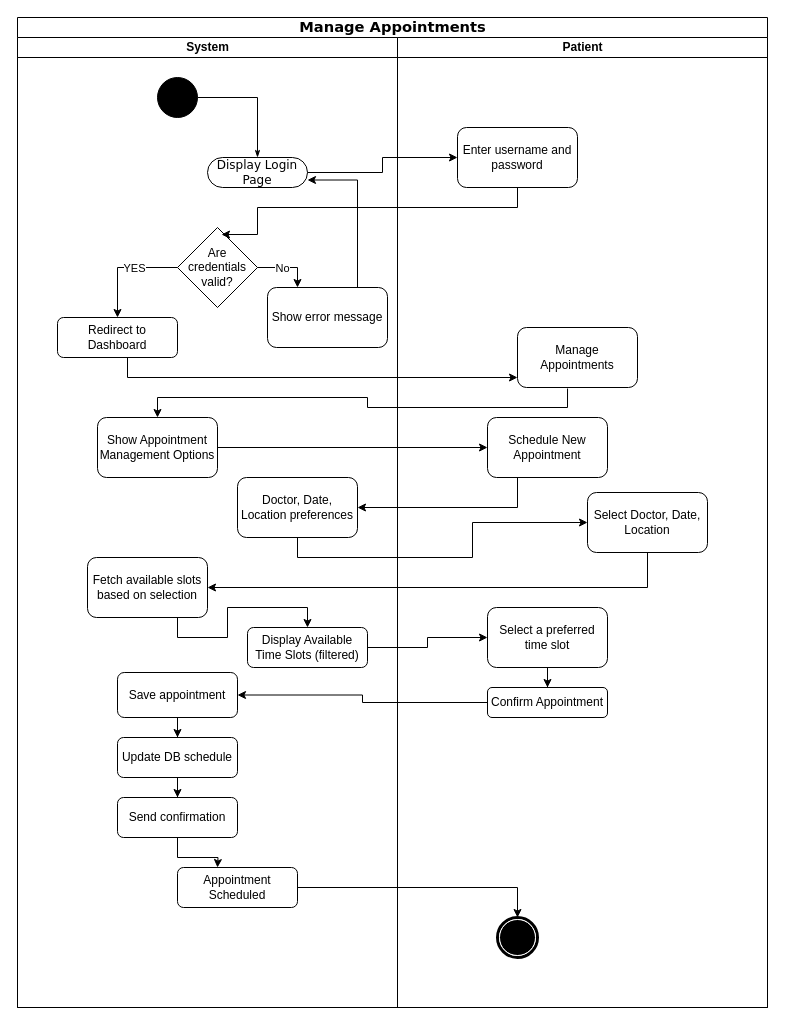
ElisonaDoku-ENG/chess keeps this draw.io diagram as Untitled Diagram.drawio. Above is the earlier version. Source tidied: cells renumbered, new cells numbered last; positions are measured from the earlier drawing's top-left corner, leaving out a move shared by most shapes. Both pictures are drawn from the tidied source at 100%, with x=0, y=0 at pixel (17, 17).
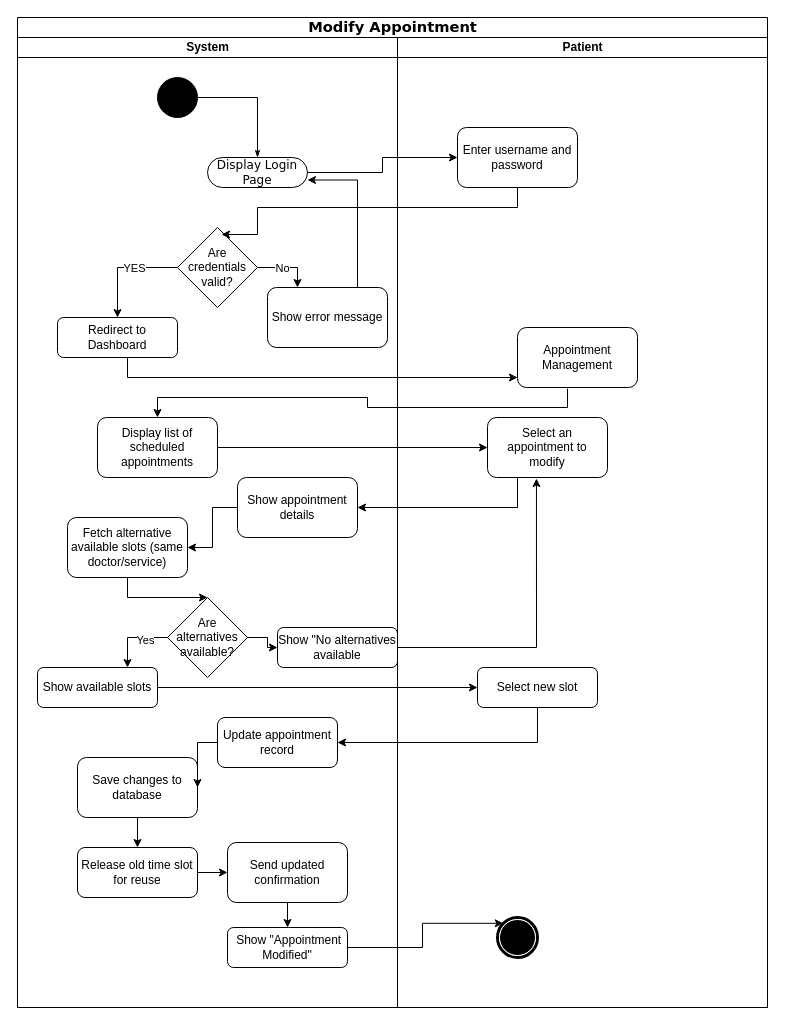
Above is the later version.

The change refers to these unchanged cells:
```xml
<mxCell id="3" value="System" style="swimlane;html=1;startSize=20;" parent="2" vertex="1">
  <mxGeometry y="20" width="380" height="970" as="geometry" />
</mxCell>
<mxCell id="22" value="Patient" style="swimlane;html=1;startSize=20;" parent="2" vertex="1">
  <mxGeometry x="380" y="20" width="370" height="970" as="geometry" />
</mxCell>
<mxCell id="23" style="shape=mxgraph.bpmn.shape;html=1;verticalLabelPosition=bottom;labelBackgroundColor=#ffffff;verticalAlign=top;perimeter=ellipsePerimeter;outline=end;symbol=terminate;rounded=0;shadow=0;comic=0;strokeWidth=1;fontFamily=Verdana;fontSize=12;align=center;" parent="22" vertex="1">
  <mxGeometry x="100" y="880" width="40" height="40" as="geometry" />
</mxCell>
```

What changed in the source:
```diff
@@
-    <mxCell id="2" value="&lt;span style=&quot;font-size:11.0pt;line-height:107%;&lt;br/&gt;font-family:&amp;quot;Arial&amp;quot;,sans-serif;mso-fareast-font-family:Calibri;mso-fareast-theme-font:&lt;br/&gt;minor-latin;mso-ansi-language:EN-US;mso-fareast-language:EN-US;mso-bidi-language:&lt;br/&gt;AR-SA&quot;&gt;Manage Appointments&lt;/span&gt;" style="swimlane;html=1;startSize=20;rounded=0;shadow=0;comic=0;labelBackgroundColor=none;strokeWidth=1;fontFamily=Verdana;fontSize=12;align=center;" parent="1" vertex="1">
+    <mxCell id="2" value="&lt;span style=&quot;font-size:11.0pt;line-height:107%;&lt;br/&gt;font-family:&amp;quot;Arial&amp;quot;,sans-serif;mso-fareast-font-family:Calibri;mso-fareast-theme-font:&lt;br/&gt;minor-latin;mso-ansi-language:EN-US;mso-fareast-language:EN-US;mso-bidi-language:&lt;br/&gt;AR-SA&quot;&gt;Modify Appointment&lt;/span&gt;" style="swimlane;html=1;startSize=20;rounded=0;shadow=0;comic=0;labelBackgroundColor=none;strokeWidth=1;fontFamily=Verdana;fontSize=12;align=center;" parent="1" vertex="1">
       <mxGeometry width="750" height="990" as="geometry" />
     </mxCell>
@@
-    <mxCell id="15" value="Fetch available slots based on selection" style="rounded=1;whiteSpace=wrap;html=1;" parent="3" vertex="1">
-      <mxGeometry x="70" y="520" width="120" height="60" as="geometry" />
-    </mxCell>
-    <mxCell id="16" value="Display Available Time Slots (filtered)" style="rounded=1;whiteSpace=wrap;html=1;" parent="3" vertex="1">
-      <mxGeometry x="230" y="590" width="120" height="40" as="geometry" />
-    </mxCell>
-    <mxCell id="17" style="edgeStyle=orthogonalEdgeStyle;rounded=0;jettySize=auto;html=1;exitX=0.75;exitY=1;exitDx=0;exitDy=0;" parent="3" edge="1" source="15" target="16">
-      <mxGeometry relative="1" as="geometry" />
-    </mxCell>
-    <mxCell id="18" value="Show Appointment Management Options" style="rounded=1;whiteSpace=wrap;html=1;" parent="3" vertex="1">
+    <mxCell id="18" value="Display list of scheduled appointments" style="rounded=1;whiteSpace=wrap;html=1;" parent="3" vertex="1">
       <mxGeometry x="80" y="380" width="120" height="60" as="geometry" />
     </mxCell>
-    <mxCell id="19" value="Doctor, Date, Location preferences" style="rounded=1;whiteSpace=wrap;html=1;" parent="3" vertex="1">
+    <mxCell id="19" value="Show appointment details" style="rounded=1;whiteSpace=wrap;html=1;" parent="3" vertex="1">
       <mxGeometry x="220" y="440" width="120" height="60" as="geometry" />
     </mxCell>
-    <mxCell id="20" value="Update DB schedule" style="rounded=1;whiteSpace=wrap;html=1;" parent="3" vertex="1">
-      <mxGeometry x="100" y="700" width="120" height="40" as="geometry" />
-    </mxCell>
-    <mxCell id="21" value="Appointment Scheduled" style="rounded=1;whiteSpace=wrap;html=1;" parent="3" vertex="1">
-      <mxGeometry x="160" y="830" width="120" height="40" as="geometry" />
-    </mxCell>
+    <mxCell id="47" style="edgeStyle=orthogonalEdgeStyle;rounded=0;jettySize=auto;html=1;entryX=0.5;entryY=0;entryDx=0;entryDy=0;" parent="3" edge="1" source="48" target="50">
+      <mxGeometry relative="1" as="geometry" />
+    </mxCell>
+    <mxCell id="48" value="Fetch alternative available slots (same doctor/service)" style="rounded=1;whiteSpace=wrap;html=1;" parent="3" vertex="1">
+      <mxGeometry x="50" y="480" width="120" height="60" as="geometry" />
+    </mxCell>
+    <mxCell id="49" style="edgeStyle=orthogonalEdgeStyle;rounded=0;jettySize=auto;html=1;" parent="3" edge="1" source="19" target="48">
+      <mxGeometry relative="1" as="geometry" />
+    </mxCell>
+    <mxCell id="50" value="Are alternatives available?" style="rhombus;whiteSpace=wrap;html=1;" parent="3" vertex="1">
+      <mxGeometry x="150" y="560" width="80" height="80" as="geometry" />
+    </mxCell>
+    <mxCell id="51" value="Show available slots" style="rounded=1;whiteSpace=wrap;html=1;" parent="3" vertex="1">
+      <mxGeometry x="20" y="630" width="120" height="40" as="geometry" />
+    </mxCell>
+    <mxCell id="52" style="edgeStyle=orthogonalEdgeStyle;rounded=0;jettySize=auto;html=1;entryX=0.75;entryY=0;entryDx=0;entryDy=0;" parent="3" edge="1" source="50" target="51">
+      <mxGeometry relative="1" as="geometry" />
+    </mxCell>
+    <mxCell id="53" value="Yes" style="edgeLabel;html=1;align=center;verticalAlign=middle;" parent="52" vertex="1">
+      <mxGeometry x="-0.34" y="2" relative="1" as="geometry" />
+    </mxCell>
+    <mxCell id="54" value="Show &quot;No alternatives available" style="rounded=1;whiteSpace=wrap;html=1;" parent="3" vertex="1">
+      <mxGeometry x="260" y="590" width="120" height="40" as="geometry" />
+    </mxCell>
+    <mxCell id="55" style="edgeStyle=orthogonalEdgeStyle;rounded=0;jettySize=auto;html=1;" parent="3" edge="1" source="50" target="54">
+      <mxGeometry relative="1" as="geometry" />
+    </mxCell>
+    <mxCell id="56" value="Update appointment record" style="rounded=1;whiteSpace=wrap;html=1;" parent="3" vertex="1">
+      <mxGeometry x="200" y="680" width="120" height="50" as="geometry" />
+    </mxCell>
+    <mxCell id="57" value="Release old time slot for reuse" style="rounded=1;whiteSpace=wrap;html=1;" parent="3" vertex="1">
+      <mxGeometry x="60" y="810" width="120" height="50" as="geometry" />
+    </mxCell>
+    <mxCell id="58" value="Send updated confirmation" style="rounded=1;whiteSpace=wrap;html=1;" parent="3" vertex="1">
+      <mxGeometry x="210" y="805" width="120" height="60" as="geometry" />
+    </mxCell>
+    <mxCell id="59" style="edgeStyle=orthogonalEdgeStyle;rounded=0;jettySize=auto;html=1;" parent="3" edge="1" source="57" target="58">
+      <mxGeometry relative="1" as="geometry" />
+    </mxCell>
+    <mxCell id="60" value="&amp;nbsp;Show &quot;Appointment Modified&quot;" style="rounded=1;whiteSpace=wrap;html=1;" parent="3" vertex="1">
+      <mxGeometry x="210" y="890" width="120" height="40" as="geometry" />
+    </mxCell>
+    <mxCell id="61" style="edgeStyle=orthogonalEdgeStyle;rounded=0;jettySize=auto;html=1;" parent="3" edge="1" source="58" target="60">
+      <mxGeometry relative="1" as="geometry" />
+    </mxCell>
@@
-    <mxCell id="25" value="Manage Appointments" style="rounded=1;whiteSpace=wrap;html=1;" parent="22" vertex="1">
+    <mxCell id="25" value="Appointment Management" style="rounded=1;whiteSpace=wrap;html=1;" parent="22" vertex="1">
       <mxGeometry x="120" y="290" width="120" height="60" as="geometry" />
     </mxCell>
-    <mxCell id="26" value="Schedule New Appointment" style="rounded=1;whiteSpace=wrap;html=1;" parent="22" vertex="1">
+    <mxCell id="26" value="Select an appointment to modify" style="rounded=1;whiteSpace=wrap;html=1;" parent="22" vertex="1">
       <mxGeometry x="90" y="380" width="120" height="60" as="geometry" />
     </mxCell>
-    <mxCell id="27" value="Select Doctor, Date, Location" style="rounded=1;whiteSpace=wrap;html=1;" parent="22" vertex="1">
-      <mxGeometry x="190" y="455" width="120" height="60" as="geometry" />
-    </mxCell>
-    <mxCell id="28" value="Select a preferred time slot" style="rounded=1;whiteSpace=wrap;html=1;" parent="22" vertex="1">
-      <mxGeometry x="90" y="570" width="120" height="60" as="geometry" />
-    </mxCell>
-    <mxCell id="29" value="Confirm Appointment" style="rounded=1;whiteSpace=wrap;html=1;" parent="22" vertex="1">
-      <mxGeometry x="90" y="650" width="120" height="30" as="geometry" />
-    </mxCell>
-    <mxCell id="30" style="edgeStyle=orthogonalEdgeStyle;rounded=0;jettySize=auto;html=1;" parent="22" edge="1" source="28" target="29">
-      <mxGeometry relative="1" as="geometry" />
-    </mxCell>
+    <mxCell id="62" value="Select new slot" style="rounded=1;whiteSpace=wrap;html=1;" parent="22" vertex="1">
+      <mxGeometry x="80" y="630" width="120" height="40" as="geometry" />
+    </mxCell>
@@
-    <mxCell id="34" style="edgeStyle=orthogonalEdgeStyle;rounded=0;jettySize=auto;html=1;entryX=1;entryY=0.5;entryDx=0;entryDy=0;" parent="2" edge="1" source="27" target="15">
-      <mxGeometry relative="1" as="geometry">
-        <Array as="points">
-          <mxPoint x="630" y="570" />
-        </Array>
-      </mxGeometry>
-    </mxCell>
-    <mxCell id="35" style="edgeStyle=orthogonalEdgeStyle;rounded=0;jettySize=auto;html=1;" parent="2" edge="1" source="16" target="28">
-      <mxGeometry relative="1" as="geometry" />
-    </mxCell>
@@
-    <mxCell id="39" style="edgeStyle=orthogonalEdgeStyle;rounded=0;jettySize=auto;html=1;exitX=0.5;exitY=1;exitDx=0;exitDy=0;" parent="2" edge="1" source="19" target="27">
-      <mxGeometry relative="1" as="geometry" />
-    </mxCell>
-    <mxCell id="40" style="edgeStyle=orthogonalEdgeStyle;rounded=0;jettySize=auto;html=1;" parent="2" edge="1" source="21" target="23">
-      <mxGeometry relative="1" as="geometry" />
-    </mxCell>
-    <mxCell id="41" style="edgeStyle=orthogonalEdgeStyle;rounded=0;jettySize=auto;html=1;" parent="1" edge="1" source="42" target="20">
-      <mxGeometry relative="1" as="geometry" />
-    </mxCell>
-    <mxCell id="42" value="Save appointment" style="rounded=1;whiteSpace=wrap;html=1;" parent="1" vertex="1">
-      <mxGeometry x="100" y="655" width="120" height="45" as="geometry" />
-    </mxCell>
-    <mxCell id="43" style="edgeStyle=orthogonalEdgeStyle;rounded=0;jettySize=auto;html=1;" parent="1" edge="1" source="29" target="42">
-      <mxGeometry relative="1" as="geometry" />
-    </mxCell>
-    <mxCell id="44" style="edgeStyle=orthogonalEdgeStyle;rounded=0;jettySize=auto;html=1;" parent="1" edge="1" source="45">
-      <mxGeometry relative="1" as="geometry">
-        <mxPoint x="200" y="850" as="targetPoint" />
-      </mxGeometry>
-    </mxCell>
-    <mxCell id="45" value="Send confirmation" style="rounded=1;whiteSpace=wrap;html=1;" parent="1" vertex="1">
-      <mxGeometry x="100" y="780" width="120" height="40" as="geometry" />
-    </mxCell>
-    <mxCell id="46" style="edgeStyle=orthogonalEdgeStyle;rounded=0;jettySize=auto;html=1;" parent="1" edge="1" source="20" target="45">
-      <mxGeometry relative="1" as="geometry" />
-    </mxCell>
+    <mxCell id="63" style="edgeStyle=orthogonalEdgeStyle;rounded=0;jettySize=auto;html=1;entryX=0.408;entryY=1.017;entryDx=0;entryDy=0;entryPerimeter=0;" parent="2" edge="1" source="54" target="26">
+      <mxGeometry relative="1" as="geometry" />
+    </mxCell>
+    <mxCell id="64" style="edgeStyle=orthogonalEdgeStyle;rounded=0;jettySize=auto;html=1;" parent="2" edge="1" source="51" target="62">
+      <mxGeometry relative="1" as="geometry" />
+    </mxCell>
+    <mxCell id="65" style="edgeStyle=orthogonalEdgeStyle;rounded=0;jettySize=auto;html=1;entryX=1;entryY=0.5;entryDx=0;entryDy=0;exitX=0.5;exitY=1;exitDx=0;exitDy=0;" parent="2" edge="1" source="62" target="56">
+      <mxGeometry relative="1" as="geometry" />
+    </mxCell>
+    <mxCell id="66" style="edgeStyle=orthogonalEdgeStyle;rounded=0;jettySize=auto;html=1;entryX=0.145;entryY=0.145;entryDx=0;entryDy=0;entryPerimeter=0;" parent="2" edge="1" source="60" target="23">
+      <mxGeometry relative="1" as="geometry" />
+    </mxCell>
+    <mxCell id="67" style="edgeStyle=orthogonalEdgeStyle;rounded=0;jettySize=auto;html=1;" parent="1" edge="1" source="68" target="57">
+      <mxGeometry relative="1" as="geometry" />
+    </mxCell>
+    <mxCell id="68" value="Save changes to database" style="rounded=1;whiteSpace=wrap;html=1;" parent="1" vertex="1">
+      <mxGeometry x="60" y="740" width="120" height="60" as="geometry" />
+    </mxCell>
+    <mxCell id="69" style="edgeStyle=orthogonalEdgeStyle;rounded=0;jettySize=auto;html=1;" parent="1" edge="1" source="56" target="68">
+      <mxGeometry relative="1" as="geometry" />
+    </mxCell>
```
